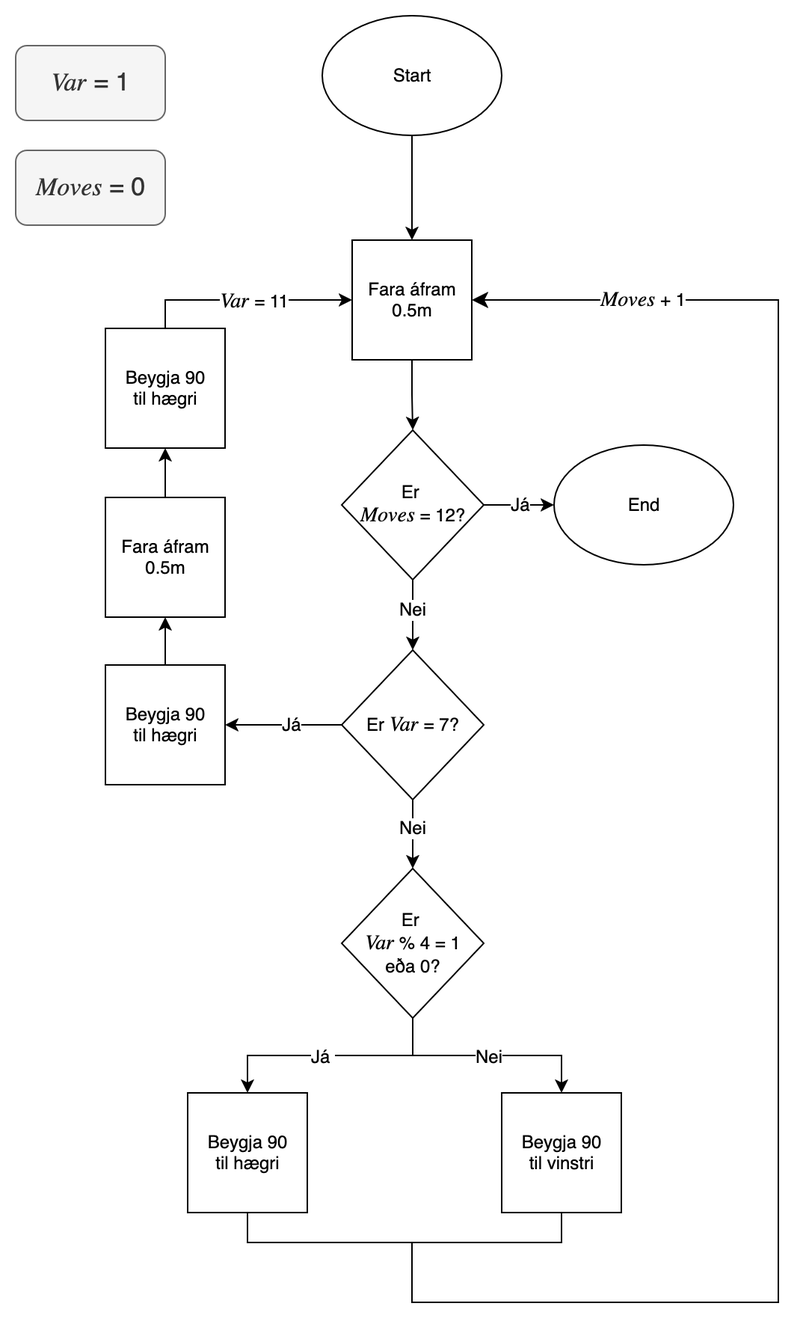
Before: verkefni 1/Sikk Sakk Diagram.png, a diagram exported from draw.io (NidaleNieve/ROBO2). Source tidied: cells renumbered, new cells last; positions are measured from the earlier drawing's top-left corner, leaving out a move shared by most shapes.
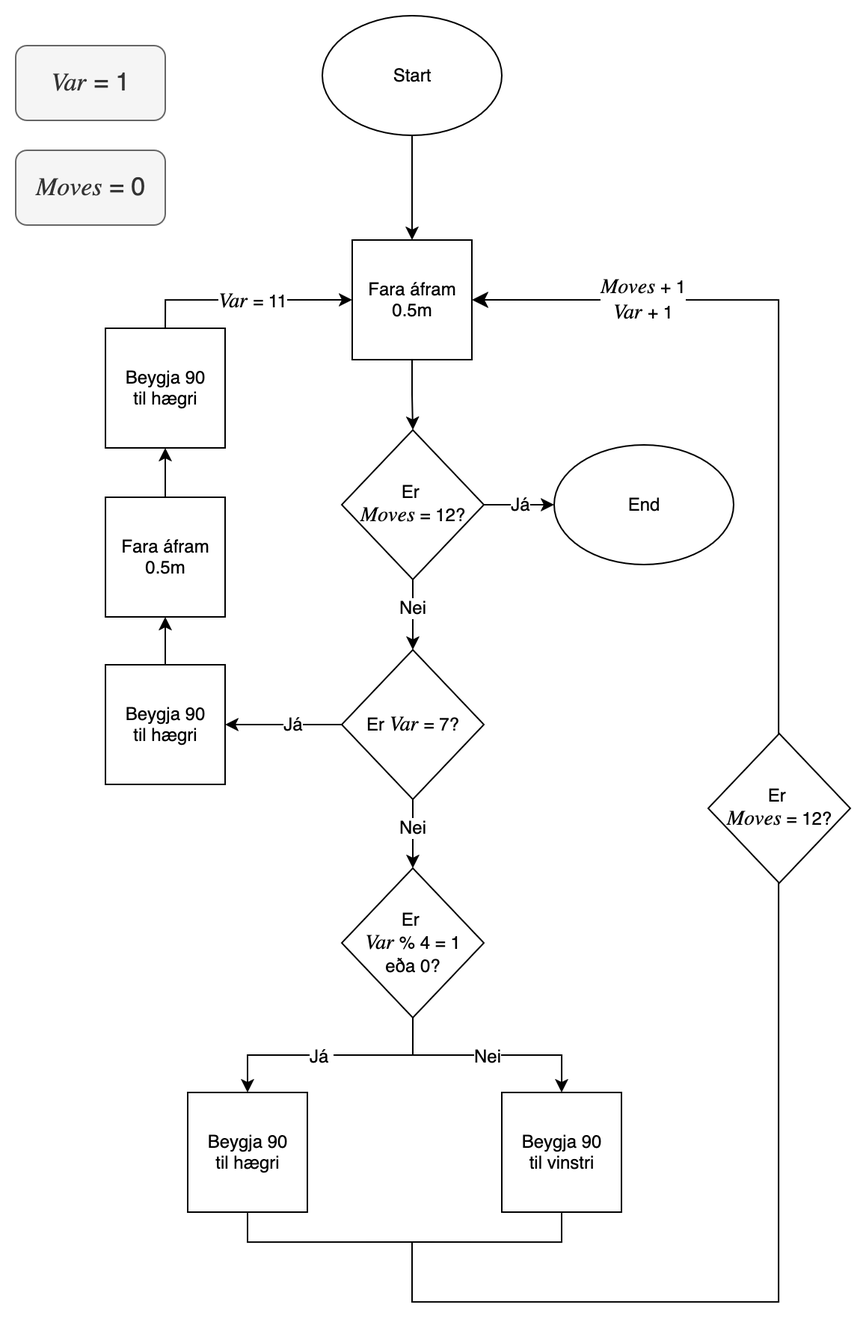
After the change.

Commit message:
Bætti við var+1 Sikk Sakk Diagram Myndin

Change to the diagram source:
```diff
@@ -132,10 +132,13 @@
         </Array>
       </mxGeometry>
     </mxCell>
-    <mxCell id="35" value="&lt;font face=&quot;Lucida Console&quot; style=&quot;font-size: 14px;&quot;&gt;&lt;i&gt;Moves&amp;nbsp;&lt;/i&gt;&lt;/font&gt;&lt;font style=&quot;font-size: 12px;&quot;&gt;+ 1&lt;/font&gt;" style="edgeLabel;html=1;align=center;verticalAlign=middle;" parent="34" vertex="1">
+    <mxCell id="35" value="&lt;div&gt;&lt;font face=&quot;Lucida Console&quot; style=&quot;font-size: 14px;&quot;&gt;&lt;i&gt;Moves&amp;nbsp;&lt;/i&gt;&lt;/font&gt;&lt;font style=&quot;font-size: 12px;&quot;&gt;+ 1&lt;br&gt;&lt;/font&gt;&lt;/div&gt;&lt;div&gt;&lt;div&gt;&lt;font face=&quot;Lucida Console&quot; style=&quot;font-size: 14px;&quot;&gt;&lt;i&gt;Var&amp;nbsp;&lt;/i&gt;&lt;/font&gt;&lt;font style=&quot;font-size: 12px;&quot;&gt;+ 1&lt;br&gt;&lt;/font&gt;&lt;/div&gt;&lt;/div&gt;" style="edgeLabel;html=1;align=center;verticalAlign=middle;" parent="34" vertex="1">
       <mxGeometry x="0.81" y="5" relative="1" as="geometry">
         <mxPoint x="1" y="-6" as="offset" />
       </mxGeometry>
     </mxCell>
+    <mxCell id="36" value="&lt;div&gt;Er&amp;nbsp;&lt;/div&gt;&lt;div&gt;&lt;font style=&quot;font-size: 14px;&quot; face=&quot;Lucida Console&quot;&gt;&lt;i&gt;Moves&lt;/i&gt;&lt;/font&gt;&amp;nbsp;= 12?&lt;/div&gt;" style="rhombus;whiteSpace=wrap;html=1;" parent="1" vertex="1">
+      <mxGeometry x="463" y="480" width="95" height="100" as="geometry" />
+    </mxCell>
   </root>
 </mxGraphModel>
```
